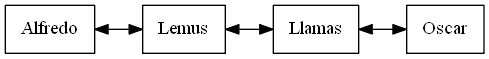
The Graphviz diagram Proyecto 1/report/artistas.png in oscarc99/EDD_DIC_2019_PY1_201709140, before a commit. Its source is kept beside it as Proyecto 1/report/artistas.dot.
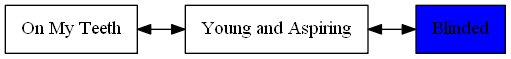
Later version of the same file.

Diff of the diagram source:
```diff
@@ -1,8 +1,10 @@
 digraph R {
 rankdir = LR;node [shape=rectangle, height=0.5, width=0.5];
 graph[ nodesep = 0.5];
-node0 [label = " Alfredo " ];
-node1 [label = " Lemus " ];
-node2 [label = " Llamas " ];
-node3 [label = " Oscar " ];
- node0 ->  node1 ->  node2 -> node3 [dir=both];}
+node0 [label = " Young and Aspiring " ;style = filled ; fillcolor= blue];
+node1 [label = " On My Teeth " ];
+node2 [label = " Blinded " ];
+node3 [label = " On My Teeth " ];
+node4 [label = " Blinded " ];
+node5 [label = " On My Teeth " ];
+ node0 ->  node1 ->  node2 ->  node3 ->  node4 ->  node5 -> }
```
